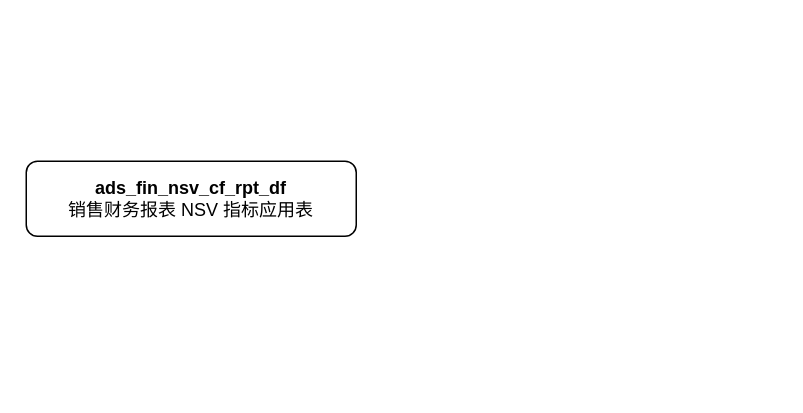
Earlier version of the draw.io diagram ads_fin_nsv_cf_rpt_df.drawio (fsJerryChan/fsJerryChan). Source tidied: cells renumbered, new cells numbered last; positions are measured from the earlier drawing's top-left corner, leaving out a move shared by most shapes. Both pictures are drawn from the tidied source at 150%, with x=0, y=0 at pixel (26, 160).
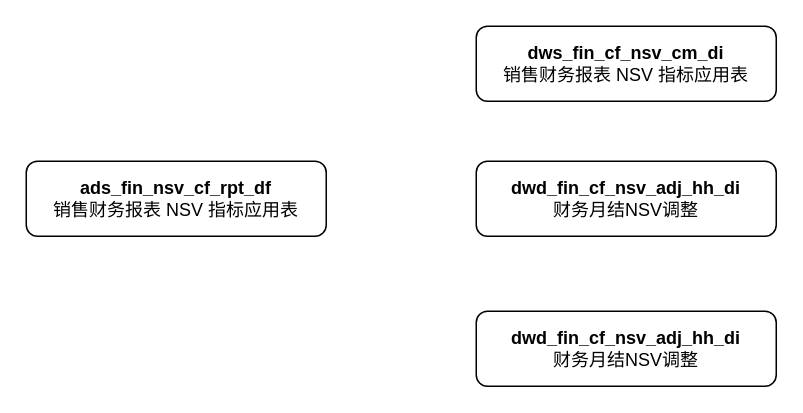
Above is the later version.

Diff of the diagram source:
```diff
@@
 <mxGraphModel>
   <root>
     <mxCell id="0" />
     <mxCell id="1" parent="0" />
     <mxCell id="2" value="&lt;b&gt;ads_fin_nsv_cf_rpt_df&lt;/b&gt;&lt;div&gt;销售财务报表 NSV 指标应用表&lt;/div&gt;" style="rounded=1;whiteSpace=wrap;html=1;" parent="1" vertex="1">
-      <mxGeometry width="220" height="50" as="geometry" />
+      <mxGeometry width="200" height="50" as="geometry" />
     </mxCell>
+    <mxCell id="3" value="&lt;b&gt;dws_fin_cf_nsv_cm_di&lt;/b&gt;&lt;br&gt;&lt;div&gt;销售财务报表 NSV 指标应用表&lt;/div&gt;" style="rounded=1;whiteSpace=wrap;html=1;" parent="1" vertex="1">
+      <mxGeometry x="300" y="-90" width="200" height="50" as="geometry" />
+    </mxCell>
+    <mxCell id="4" value="&lt;b&gt;dwd_fin_cf_nsv_adj_hh_di&lt;/b&gt;&lt;br&gt;&lt;div&gt;财务月结NSV调整&lt;/div&gt;" style="rounded=1;whiteSpace=wrap;html=1;" parent="1" vertex="1">
+      <mxGeometry x="300" width="200" height="50" as="geometry" />
+    </mxCell>
+    <mxCell id="5" value="&lt;b&gt;dwd_fin_cf_nsv_adj_hh_di&lt;/b&gt;&lt;br&gt;&lt;div&gt;财务月结NSV调整&lt;/div&gt;" style="rounded=1;whiteSpace=wrap;html=1;" parent="1" vertex="1">
+      <mxGeometry x="300" y="100" width="200" height="50" as="geometry" />
+    </mxCell>
   </root>
 </mxGraphModel>
```
